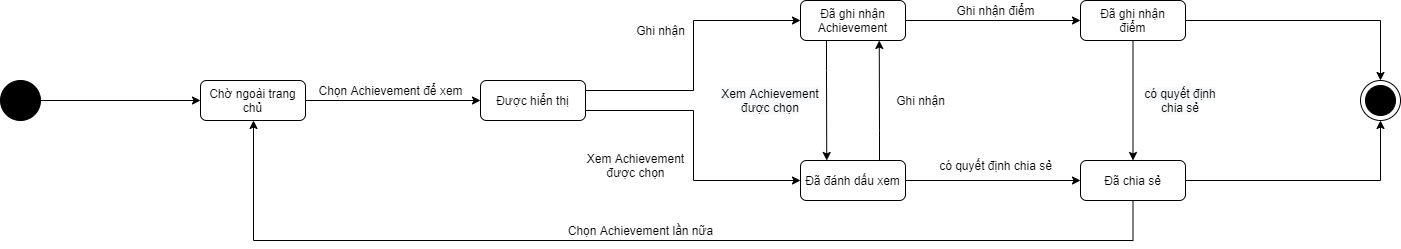
Merevoli-DatLuu/To-Do-App keeps this draw.io diagram as ToDoApp-Doc/Document/Diagram/State Machine Diagram/Achievement/Achievement_StateDiagram.png. Above is the earlier version. Source tidied: cells renumbered, new cells last; positions are measured from the earlier drawing's top-left corner, leaving out a move shared by most shapes.
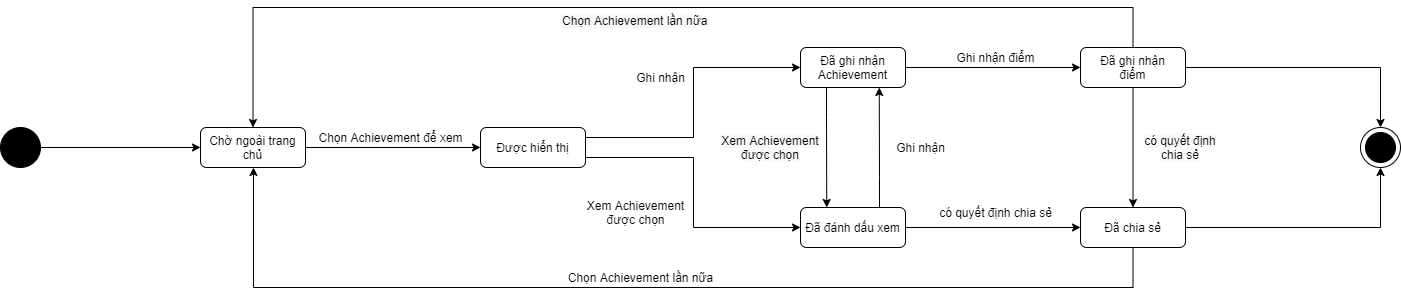
The same diagram one commit later.

Commit message:
[Modified] : Achievement_StateDiagram

The edit, as a diff of the source:
```diff
@@ -34,6 +34,14 @@
     <mxCell id="10" style="edgeStyle=orthogonalEdgeStyle;rounded=0;jettySize=auto;html=1;entryX=0.5;entryY=0;entryDx=0;entryDy=0;entryPerimeter=0;" parent="1" edge="1" source="11" target="4">
       <mxGeometry relative="1" as="geometry" />
     </mxCell>
+    <mxCell id="31" style="edgeStyle=orthogonalEdgeStyle;rounded=0;jettySize=auto;html=1;entryX=0.5;entryY=0;entryDx=0;entryDy=0;" parent="1" edge="1" source="11" target="18">
+      <mxGeometry relative="1" as="geometry">
+        <Array as="points">
+          <mxPoint x="1133" y="-40" />
+          <mxPoint x="253" y="-40" />
+        </Array>
+      </mxGeometry>
+    </mxCell>
     <mxCell id="11" value="Đã ghi nhận&lt;br&gt;điểm" style="shape=rect;rounded=1;html=1;whiteSpace=wrap;align=center;" parent="1" vertex="1">
       <mxGeometry x="1080" width="105" height="40" as="geometry" />
     </mxCell>
@@ -114,5 +122,8 @@
     <mxCell id="30" value="Ghi nhận" style="text;html=1;align=center;verticalAlign=middle;" parent="1" vertex="1">
       <mxGeometry x="890" y="90" width="60" height="20" as="geometry" />
     </mxCell>
+    <mxCell id="32" value="&lt;span style=&quot;color: rgb(0, 0, 0); font-family: helvetica; font-size: 12px; font-style: normal; font-weight: 400; letter-spacing: normal; text-align: center; text-indent: 0px; text-transform: none; word-spacing: 0px; background-color: rgb(248, 249, 250); display: inline; float: none;&quot;&gt;Chọn Achievement lần nữa&lt;/span&gt;" style="text;whiteSpace=wrap;html=1;" parent="1" vertex="1">
+      <mxGeometry x="560" y="-40" width="170" height="30" as="geometry" />
+    </mxCell>
   </root>
 </mxGraphModel>
```
